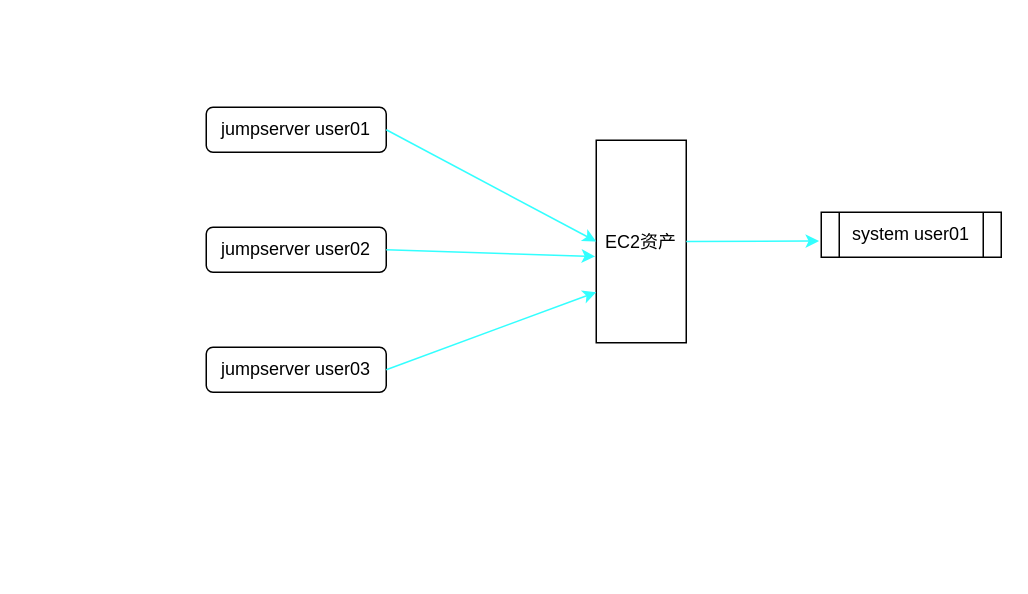
Above: AWSjumpserve-授权策略.drawio in Devnull6/flowchart (draw.io), before the change. Source tidied: cells renumbered, new cells numbered last; positions are measured from the earlier drawing's top-left corner, leaving out a move shared by most shapes. Both pictures are drawn from the tidied source at 150%, with x=0, y=0 at pixel (206, 106).
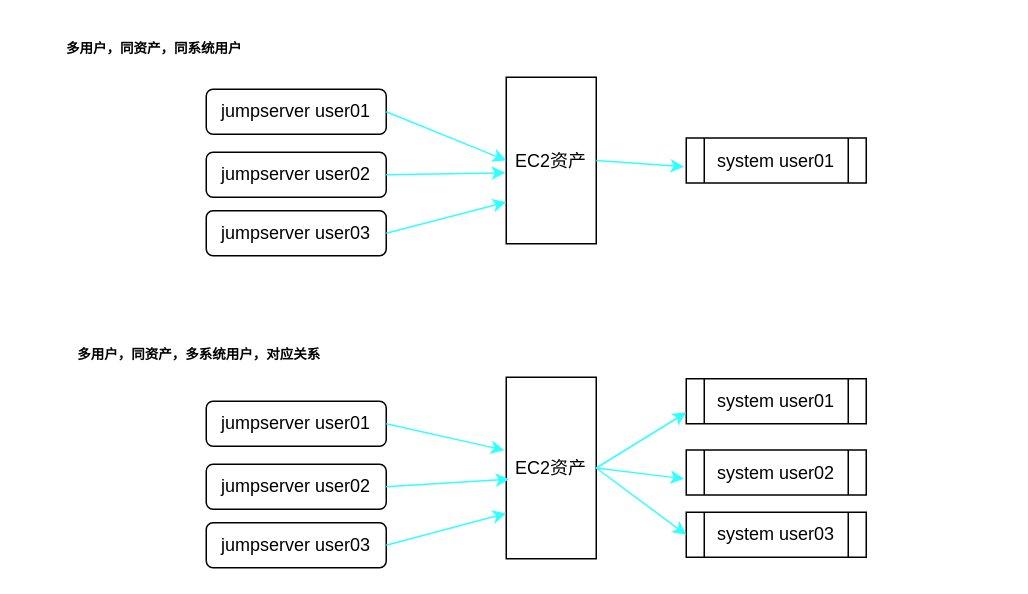
Above is the later version.

What changed in the source:
```diff
@@
     <mxCell id="2" value="EC2资产" style="rounded=0;whiteSpace=wrap;html=1;direction=south;" parent="1" vertex="1">
-      <mxGeometry x="260" y="22" width="60" height="135" as="geometry" />
+      <mxGeometry x="200" y="-20" width="60" height="111" as="geometry" />
     </mxCell>
     <mxCell id="3" value="jumpserver user01" style="rounded=1;whiteSpace=wrap;html=1;" parent="1" vertex="1">
-      <mxGeometry width="120" height="30" as="geometry" />
+      <mxGeometry y="-12" width="120" height="30" as="geometry" />
     </mxCell>
     <mxCell id="4" value="jumpserver user02" style="rounded=1;whiteSpace=wrap;html=1;" parent="1" vertex="1">
-      <mxGeometry y="80" width="120" height="30" as="geometry" />
+      <mxGeometry y="30" width="120" height="30" as="geometry" />
     </mxCell>
     <mxCell id="5" value="jumpserver user03" style="rounded=1;whiteSpace=wrap;html=1;" parent="1" vertex="1">
-      <mxGeometry y="160" width="120" height="30" as="geometry" />
+      <mxGeometry y="69" width="120" height="30" as="geometry" />
     </mxCell>
@@
     <mxCell id="9" value="system user01" style="shape=process;whiteSpace=wrap;html=1;backgroundOutline=1;" parent="1" vertex="1">
-      <mxGeometry x="410" y="70" width="120" height="30" as="geometry" />
+      <mxGeometry x="320" y="20.5" width="120" height="30" as="geometry" />
     </mxCell>
@@
+    <mxCell id="11" value="多用户，同资产，同系统用户" style="text;strokeColor=none;fillColor=none;html=1;fontSize=9;fontStyle=1;verticalAlign=middle;align=center;" parent="1" vertex="1">
+      <mxGeometry x="-120" y="-54" width="170" height="30" as="geometry" />
+    </mxCell>
+    <mxCell id="12" value="EC2资产" style="rounded=0;whiteSpace=wrap;html=1;direction=south;" parent="1" vertex="1">
+      <mxGeometry x="200" y="180" width="60" height="121" as="geometry" />
+    </mxCell>
+    <mxCell id="13" value="jumpserver user01" style="rounded=1;whiteSpace=wrap;html=1;" parent="1" vertex="1">
+      <mxGeometry y="196" width="120" height="30" as="geometry" />
+    </mxCell>
+    <mxCell id="14" value="jumpserver user02" style="rounded=1;whiteSpace=wrap;html=1;" parent="1" vertex="1">
+      <mxGeometry y="238" width="120" height="30" as="geometry" />
+    </mxCell>
+    <mxCell id="15" value="jumpserver user03" style="rounded=1;whiteSpace=wrap;html=1;" parent="1" vertex="1">
+      <mxGeometry y="277" width="120" height="30" as="geometry" />
+    </mxCell>
+    <mxCell id="16" style="endArrow=classic;html=1;entryX=0.402;entryY=1.021;entryDx=0;entryDy=0;exitX=1;exitY=0.5;exitDx=0;exitDy=0;rounded=1;fillColor=#ffe6cc;strokeColor=#33FFFF;entryPerimeter=0;" parent="1" edge="1" source="13" target="12">
+      <mxGeometry relative="1" as="geometry" />
+    </mxCell>
+    <mxCell id="17" style="endArrow=classic;html=1;entryX=0.75;entryY=1;entryDx=0;entryDy=0;exitX=1;exitY=0.5;exitDx=0;exitDy=0;rounded=1;fillColor=#ffe6cc;strokeColor=#33FFFF;" parent="1" edge="1" source="15" target="12">
+      <mxGeometry relative="1" as="geometry" />
+    </mxCell>
+    <mxCell id="18" style="endArrow=classic;html=1;exitX=1;exitY=0.5;exitDx=0;exitDy=0;rounded=1;fillColor=#ffe6cc;strokeColor=#33FFFF;entryX=0.562;entryY=0.967;entryDx=0;entryDy=0;entryPerimeter=0;" parent="1" edge="1" source="14" target="12">
+      <mxGeometry relative="1" as="geometry" />
+    </mxCell>
+    <mxCell id="19" value="system user02" style="shape=process;whiteSpace=wrap;html=1;backgroundOutline=1;" parent="1" vertex="1">
+      <mxGeometry x="320" y="228.5" width="120" height="30" as="geometry" />
+    </mxCell>
+    <mxCell id="20" style="endArrow=classic;html=1;strokeColor=#33FFFF;exitX=0.5;exitY=0;exitDx=0;exitDy=0;entryX=-0.012;entryY=0.64;entryDx=0;entryDy=0;entryPerimeter=0;" parent="1" edge="1" source="12" target="19">
+      <mxGeometry relative="1" as="geometry" />
+    </mxCell>
+    <mxCell id="21" value="system user03" style="shape=process;whiteSpace=wrap;html=1;backgroundOutline=1;" parent="1" vertex="1">
+      <mxGeometry x="320" y="270" width="120" height="30" as="geometry" />
+    </mxCell>
+    <mxCell id="22" value="system user01" style="shape=process;whiteSpace=wrap;html=1;backgroundOutline=1;" parent="1" vertex="1">
+      <mxGeometry x="320" y="181" width="120" height="30" as="geometry" />
+    </mxCell>
+    <mxCell id="23" style="endArrow=classic;html=1;strokeColor=#33FFFF;exitX=0.5;exitY=0;exitDx=0;exitDy=0;entryX=0;entryY=0.75;entryDx=0;entryDy=0;" parent="1" edge="1" source="12" target="22">
+      <mxGeometry relative="1" as="geometry" />
+    </mxCell>
+    <mxCell id="24" style="endArrow=classic;html=1;strokeColor=#33FFFF;exitX=0.5;exitY=0;exitDx=0;exitDy=0;entryX=0;entryY=0.5;entryDx=0;entryDy=0;" parent="1" edge="1" source="12" target="21">
+      <mxGeometry relative="1" as="geometry" />
+    </mxCell>
+    <mxCell id="25" value="多用户，同资产，多系统用户，对应关系" style="text;strokeColor=none;fillColor=none;html=1;fontSize=9;fontStyle=1;verticalAlign=middle;align=center;" parent="1" vertex="1">
+      <mxGeometry x="-120" y="150" width="230" height="30" as="geometry" />
+    </mxCell>
```
